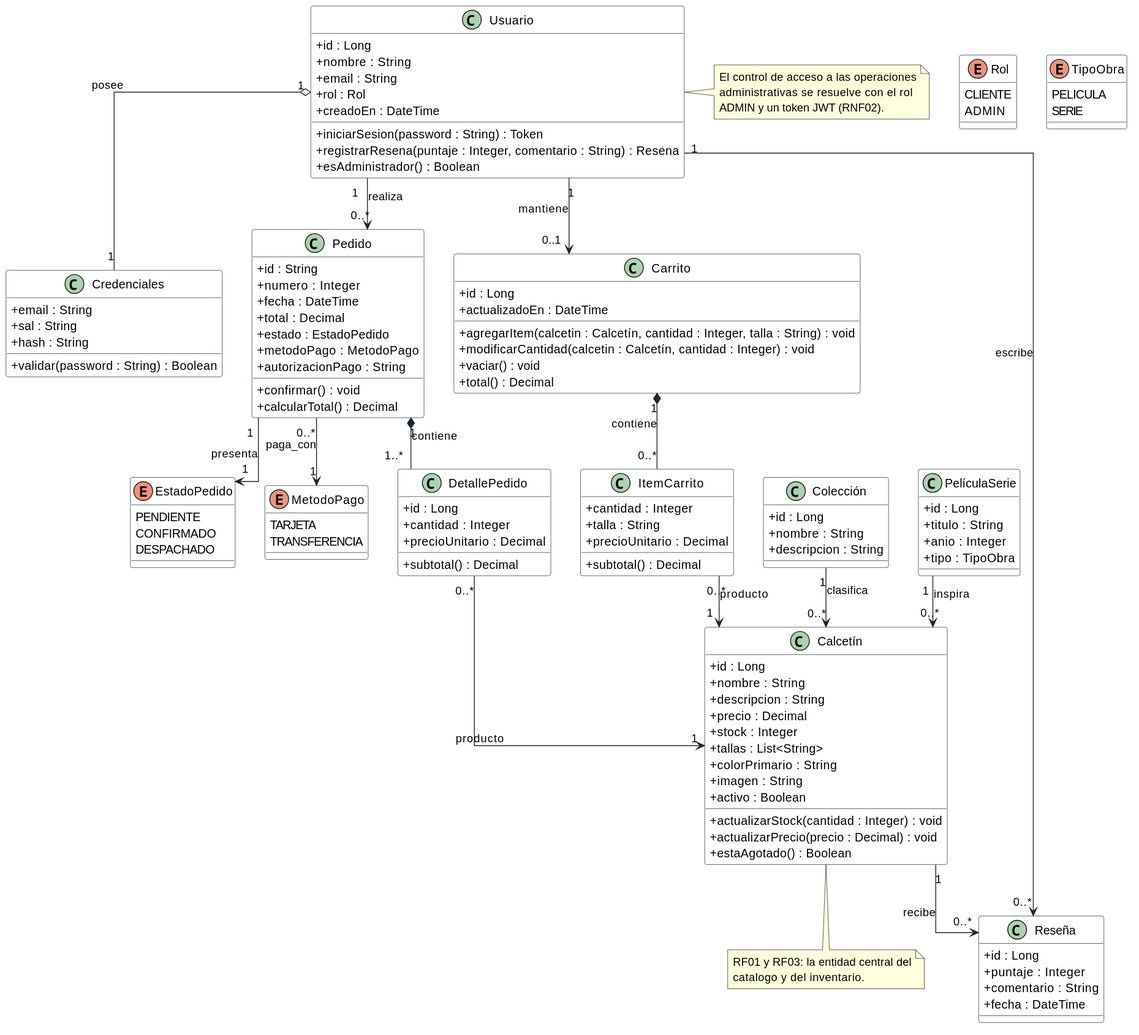
Before: uml/diagramas/01-vista-logica-clases.svg, a diagram exported from PlantUML (Kirytho/sockbuster). The source it was exported from:
```plantuml
@startuml
skinparam classAttributeIconSize 0
skinparam shadowing false
skinparam linetype ortho
skinparam class {
  BackgroundColor #FFFFFF
  BorderColor #1D2733
  ArrowColor #1D2733
}

class "Usuario" {
  +id : Long
  +nombre : String
  +email : String
  +rol : Rol
  +creadoEn : DateTime
  +iniciarSesion(password : String) : Token
  +registrarResena(puntaje : Integer, comentario : String) : Resena
  +esAdministrador() : Boolean
}

enum "Rol" {
  CLIENTE
  ADMIN
}

class "Credenciales" {
  +email : String
  +sal : String
  +hash : String
  +validar(password : String) : Boolean
}

class "Calcetín" {
  +id : Long
  +nombre : String
  +descripcion : String
  +precio : Decimal
  +stock : Integer
  +tallas : List<String>
  +colorPrimario : String
  +imagen : String
  +activo : Boolean
  +actualizarStock(cantidad : Integer) : void
  +actualizarPrecio(precio : Decimal) : void
  +estaAgotado() : Boolean
}

class "Colección" {
  +id : Long
  +nombre : String
  +descripcion : String
}

class "PelículaSerie" {
  +id : Long
  +titulo : String
  +anio : Integer
  +tipo : TipoObra
}

enum "TipoObra" {
  PELICULA
  SERIE
}

class "Pedido" {
  +id : String
  +numero : Integer
  +fecha : DateTime
  +total : Decimal
  +estado : EstadoPedido
  +metodoPago : MetodoPago
  +autorizacionPago : String
  +confirmar() : void
  +calcularTotal() : Decimal
}

enum "EstadoPedido" {
  PENDIENTE
  CONFIRMADO
  DESPACHADO
}

enum "MetodoPago" {
  TARJETA
  TRANSFERENCIA
}

class "DetallePedido" {
  +id : Long
  +cantidad : Integer
  +precioUnitario : Decimal
  +subtotal() : Decimal
}

class "Carrito" {
  +id : Long
  +actualizadoEn : DateTime
  +agregarItem(calcetin : Calcetín, cantidad : Integer, talla : String) : void
  +modificarCantidad(calcetin : Calcetín, cantidad : Integer) : void
  +vaciar() : void
  +total() : Decimal
}

class "ItemCarrito" {
  +cantidad : Integer
  +talla : String
  +precioUnitario : Decimal
  +subtotal() : Decimal
}

class "Reseña" {
  +id : Long
  +puntaje : Integer
  +comentario : String
  +fecha : DateTime
}

Usuario "1" o-- "1" Credenciales : posee
Usuario "1" --> "0..*" Pedido : realiza
Usuario "1" --> "0..1" Carrito : mantiene
Usuario "1" --> "0..*" Reseña : escribe

Colección "1" --> "0..*" Calcetín : clasifica
PelículaSerie "1" --> "0..*" Calcetín : inspira

Carrito "1" *-- "0..*" ItemCarrito : contiene
ItemCarrito "0..*" --> "1" Calcetín : producto

Pedido "1" *-- "1..*" DetallePedido : contiene
DetallePedido "0..*" --> "1" Calcetín : producto
Pedido "0..*" --> "1" MetodoPago : paga_con
Pedido "1" --> "1" EstadoPedido : presenta

Calcetín "1" --> "0..*" Reseña : recibe

note right of "Usuario"
  El control de acceso a las operaciones
  administrativas se resuelve con el rol
  ADMIN y un token JWT (RNF02).
end note

note bottom of "Calcetín"
  RF01 y RF03: la entidad central del
  catalogo y del inventario.
end note
@enduml
```
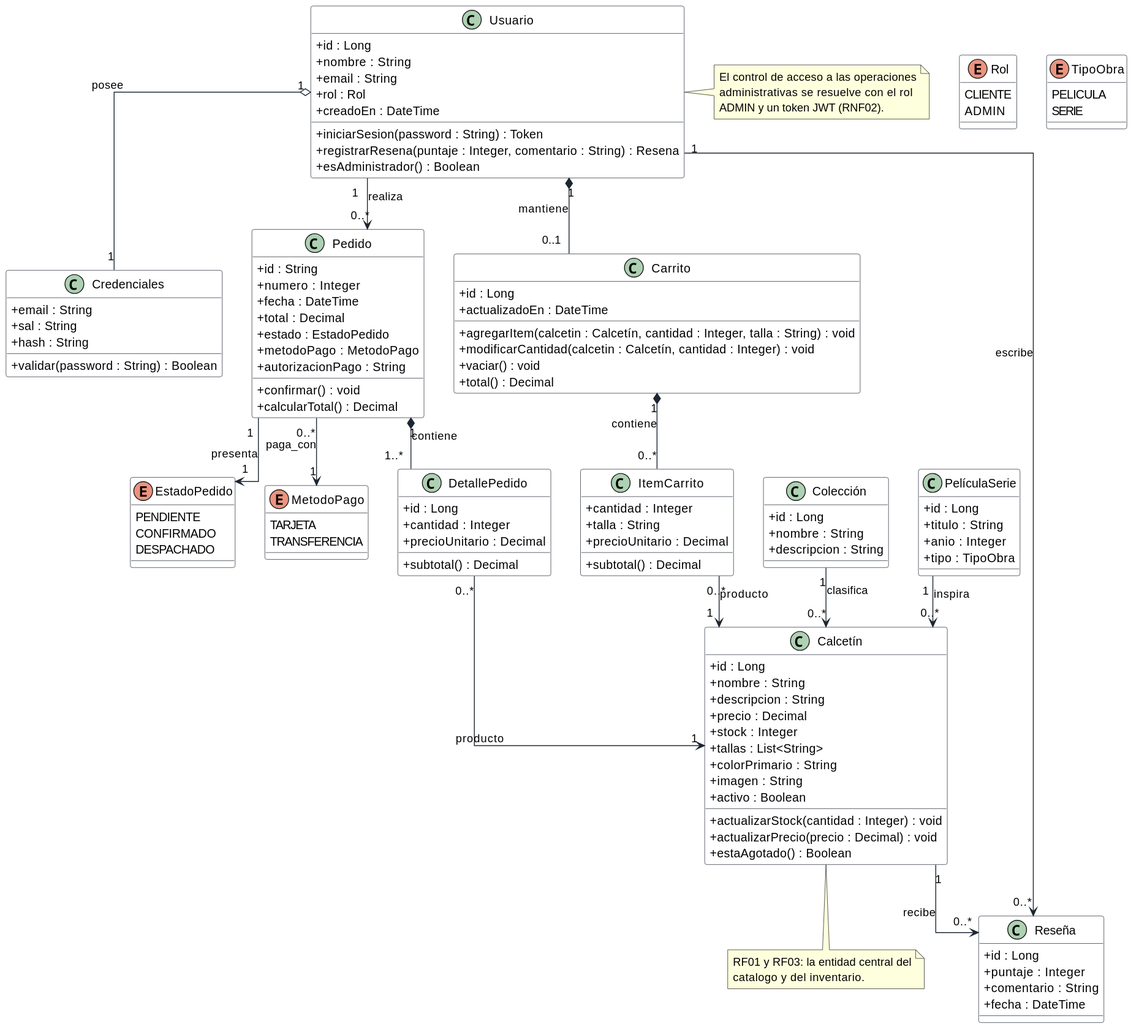
Above is the later version.

What changed in the source:
```diff
@@ -119,7 +119,7 @@
 
 Usuario "1" o-- "1" Credenciales : posee
 Usuario "1" --> "0..*" Pedido : realiza
-Usuario "1" --> "0..1" Carrito : mantiene
+Usuario "1" *-- "0..1" Carrito : mantiene
 Usuario "1" --> "0..*" Reseña : escribe
 
 Colección "1" --> "0..*" Calcetín : clasifica
```
